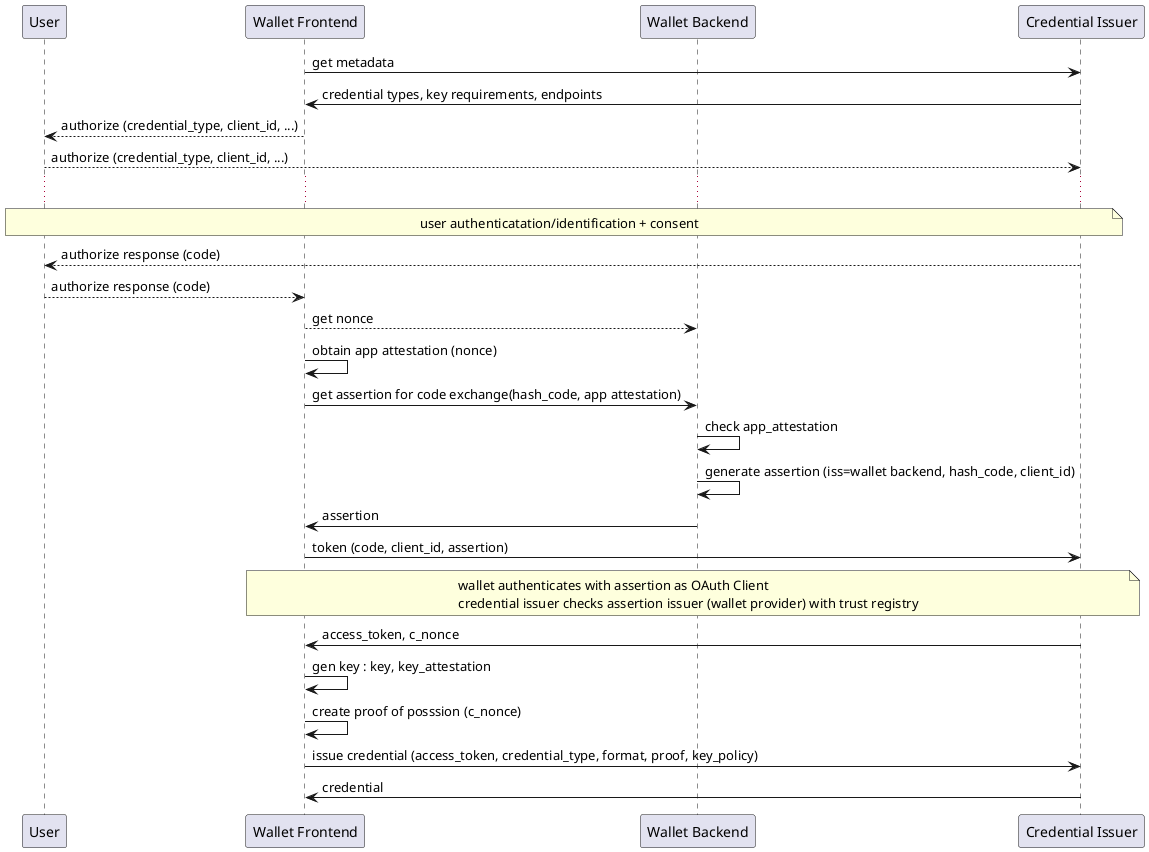
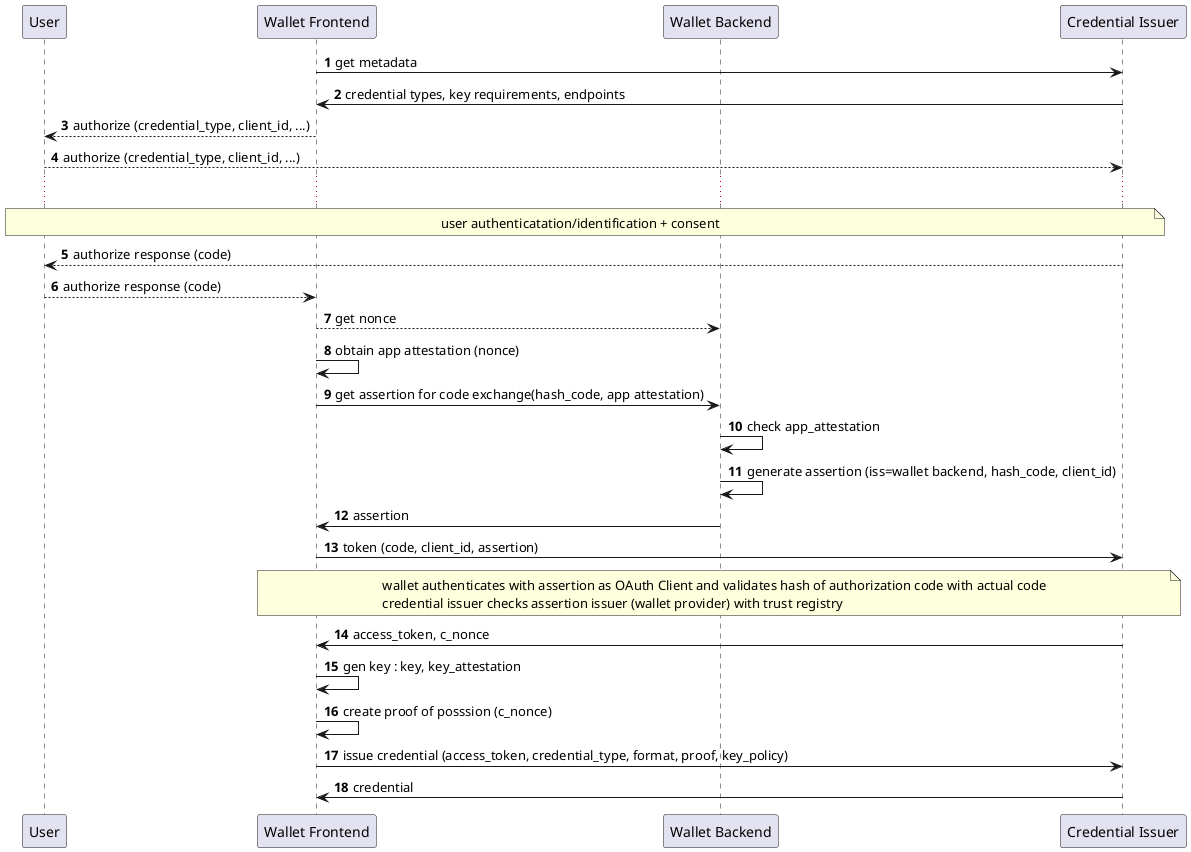
@startuml
+ autonumber
participant User as u
participant "Wallet Frontend" as w
participant "Wallet Backend" as b
participant "Credential Issuer" as i

w -> i: get metadata
i -> w: credential types, key requirements, endpoints
w --> u : authorize (credential_type, client_id, ...)
u --> i: authorize (credential_type, client_id, ...)
...
note over u, i: user authenticatation/identification + consent
i --> u : authorize response (code)
u --> w: authorize response (code)
w --> b: get nonce
w -> w : obtain app attestation (nonce)
w -> b : get assertion for code exchange(hash_code, app attestation)
b -> b : check app_attestation
b -> b : generate assertion (iss=wallet backend, hash_code, client_id)
b -> w : assertion
w -> i : token (code, client_id, assertion)
- note over w, i: wallet authenticates with assertion as OAuth Client\ncredential issuer checks assertion issuer (wallet provider) with trust registry
+ note over w, i: wallet authenticates with assertion as OAuth Client and validates hash of authorization code with actual code\ncredential issuer checks assertion issuer (wallet provider) with trust registry
i -> w : access_token, c_nonce
w -> w : gen key : key, key_attestation
w -> w : create proof of posssion (c_nonce)
w -> i : issue credential (access_token, credential_type, format, proof, key_policy)
i -> w : credential
@enduml